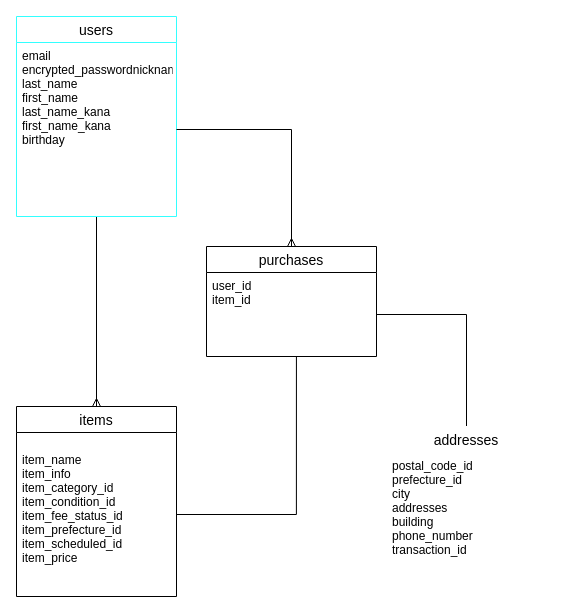
The draw.io diagram furima.dio in haruki1125/furima-32596, before the edit. Source tidied: cells renumbered, new cells numbered last; positions are measured from the earlier drawing's top-left corner, leaving out a move shared by most shapes. Both pictures are drawn from the tidied source at 100%, with x=0, y=0 at pixel (16, 16).
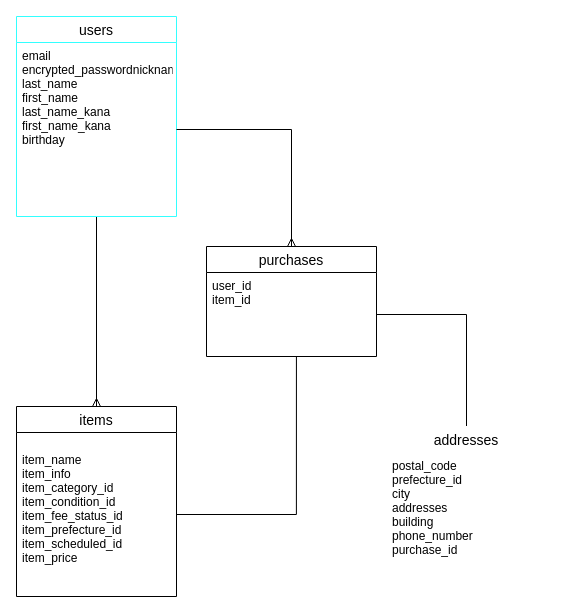
The same page after the edit.

Change to the diagram source:
```diff
@@
 <mxGraphModel>
   <root>
     <mxCell id="0" />
     <mxCell id="1" parent="0" />
     <mxCell id="2" style="edgeStyle=orthogonalEdgeStyle;rounded=0;jettySize=auto;html=1;entryX=0.5;entryY=0;entryDx=0;entryDy=0;endArrow=ERmany;endFill=0;strokeWidth=1;startArrow=none;startFill=0;" parent="1" edge="1" source="3" target="5">
       <mxGeometry relative="1" as="geometry" />
     </mxCell>
     <mxCell id="3" value="users" style="swimlane;fontStyle=0;horizontal=1;startSize=26;align=center;fontSize=14;strokeColor=#33FFFF;" parent="1" vertex="1">
       <mxGeometry width="160" height="200" as="geometry" />
     </mxCell>
     <mxCell id="4" value="email&#10;encrypted_passwordnickname&#10;last_name&#10;first_name&#10;last_name_kana&#10;first_name_kana&#10;birthday" style="text;strokeColor=none;fillColor=none;spacingLeft=4;spacingRight=4;overflow=hidden;points=[[0,0.5],[1,0.5]];portConstraint=eastwest;fontSize=12;" parent="3" vertex="1">
       <mxGeometry y="26" width="160" height="174" as="geometry" />
     </mxCell>
     <mxCell id="5" value="items" style="swimlane;fontStyle=0;horizontal=1;startSize=26;align=center;fontSize=14;" parent="1" vertex="1">
       <mxGeometry y="390" width="160" height="190" as="geometry" />
     </mxCell>
     <mxCell id="6" value="&#10;item_name&#10;item_info&#10;item_category_id&#10;item_condition_id&#10;item_fee_status_id&#10;item_prefecture_id&#10;item_scheduled_id&#10;item_price" style="text;strokeColor=none;fillColor=none;spacingLeft=4;spacingRight=4;overflow=hidden;points=[[0,0.5],[1,0.5]];portConstraint=eastwest;fontSize=12;" parent="5" vertex="1">
       <mxGeometry y="26" width="160" height="164" as="geometry" />
     </mxCell>
     <mxCell id="7" style="edgeStyle=orthogonalEdgeStyle;rounded=0;jettySize=auto;html=1;exitX=0.5;exitY=0;exitDx=0;exitDy=0;endArrow=none;endFill=0;entryX=1;entryY=0.5;entryDx=0;entryDy=0;" parent="1" edge="1" source="8" target="11">
       <mxGeometry relative="1" as="geometry" />
     </mxCell>
     <mxCell id="8" value="addresses" style="swimlane;fontStyle=0;horizontal=1;startSize=26;align=center;fontSize=14;strokeColor=#FFFFFF;" parent="1" vertex="1">
       <mxGeometry x="370" y="410" width="160" height="150" as="geometry" />
     </mxCell>
-    <mxCell id="9" value="postal_code_id&#10;prefecture_id&#10;city&#10;addresses&#10;building&#10;phone_number&#10;transaction_id" style="text;strokeColor=none;fillColor=none;spacingLeft=4;spacingRight=4;overflow=hidden;fontSize=12;" parent="8" vertex="1">
+    <mxCell id="9" value="postal_code&#10;prefecture_id&#10;city&#10;addresses&#10;building&#10;phone_number&#10;purchase_id" style="text;strokeColor=none;fillColor=none;spacingLeft=4;spacingRight=4;overflow=hidden;fontSize=12;" parent="8" vertex="1">
       <mxGeometry y="26" width="160" height="124" as="geometry" />
     </mxCell>
     <mxCell id="10" value="purchases" style="swimlane;fontStyle=0;horizontal=1;startSize=26;align=center;fontSize=14;" parent="1" vertex="1">
       <mxGeometry x="190" y="230" width="170" height="110" as="geometry" />
     </mxCell>
     <mxCell id="11" value="user_id&#10;item_id&#10;" style="text;strokeColor=none;fillColor=none;spacingLeft=4;spacingRight=4;overflow=hidden;points=[[0,0.5],[1,0.5]];portConstraint=eastwest;fontSize=12;" parent="10" vertex="1">
       <mxGeometry y="26" width="170" height="84" as="geometry" />
     </mxCell>
     <mxCell id="12" style="edgeStyle=orthogonalEdgeStyle;rounded=0;jettySize=auto;html=1;entryX=0.5;entryY=0;entryDx=0;entryDy=0;endArrow=ERmany;endFill=0;" parent="1" edge="1" source="4" target="10">
       <mxGeometry relative="1" as="geometry" />
     </mxCell>
     <mxCell id="13" style="edgeStyle=orthogonalEdgeStyle;rounded=0;jettySize=auto;html=1;exitX=1;exitY=0.5;exitDx=0;exitDy=0;entryX=0.529;entryY=1;entryDx=0;entryDy=0;entryPerimeter=0;endArrow=none;endFill=0;" parent="1" edge="1" source="6" target="11">
       <mxGeometry relative="1" as="geometry" />
     </mxCell>
   </root>
 </mxGraphModel>
```
